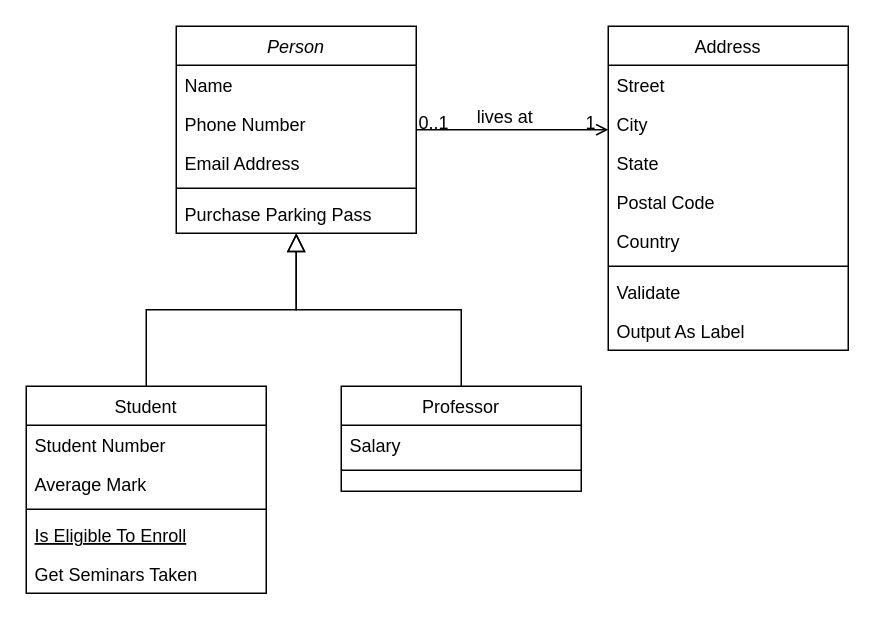
This is stronger_system_diagram.drawio from XJ-UoG/stronger, a draw.io file, before an edit. Source tidied: cells renumbered, new cells numbered last; positions are measured from the earlier drawing's top-left corner, leaving out a move shared by most shapes. Both pictures are drawn from the tidied source at 150%, with x=0, y=0 at pixel (26, 26).
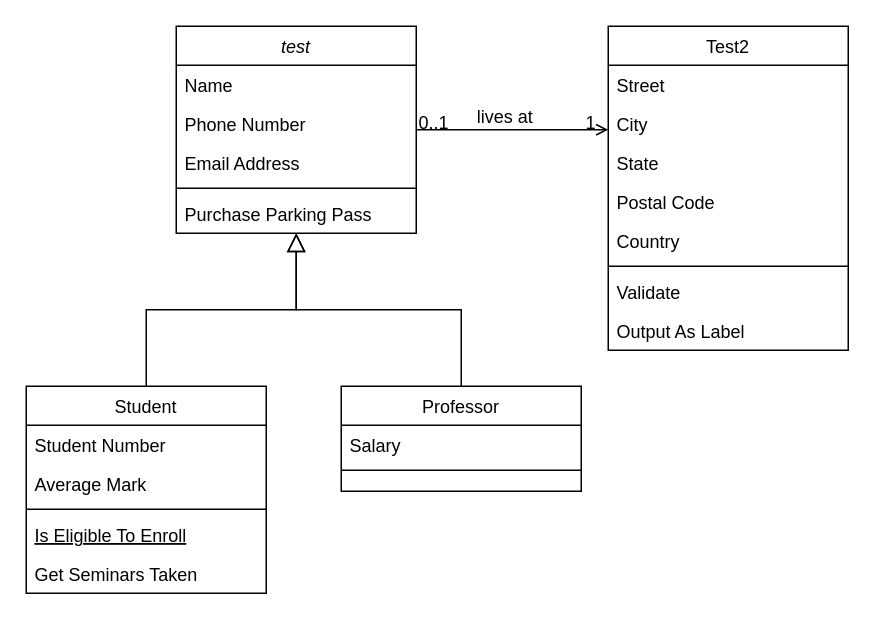
The same diagram, later.

Change to the diagram source:
```diff
@@
-    <mxCell id="2" value="Person" style="swimlane;fontStyle=2;align=center;verticalAlign=top;horizontal=1;startSize=26;rounded=0;shadow=0;strokeWidth=1;" parent="1" vertex="1">
+    <mxCell id="2" value="test" style="swimlane;fontStyle=2;align=center;verticalAlign=top;horizontal=1;startSize=26;rounded=0;shadow=0;strokeWidth=1;" parent="1" vertex="1">
       <mxGeometry x="100" width="160" height="138" as="geometry" />
     </mxCell>
@@
-    <mxCell id="19" value="Address" style="swimlane;fontStyle=0;align=center;verticalAlign=top;horizontal=1;startSize=26;rounded=0;shadow=0;strokeWidth=1;" parent="1" vertex="1">
+    <mxCell id="19" value="Test2" style="swimlane;fontStyle=0;align=center;verticalAlign=top;horizontal=1;startSize=26;rounded=0;shadow=0;strokeWidth=1;" parent="1" vertex="1">
       <mxGeometry x="388" width="160" height="216" as="geometry" />
     </mxCell>
```
